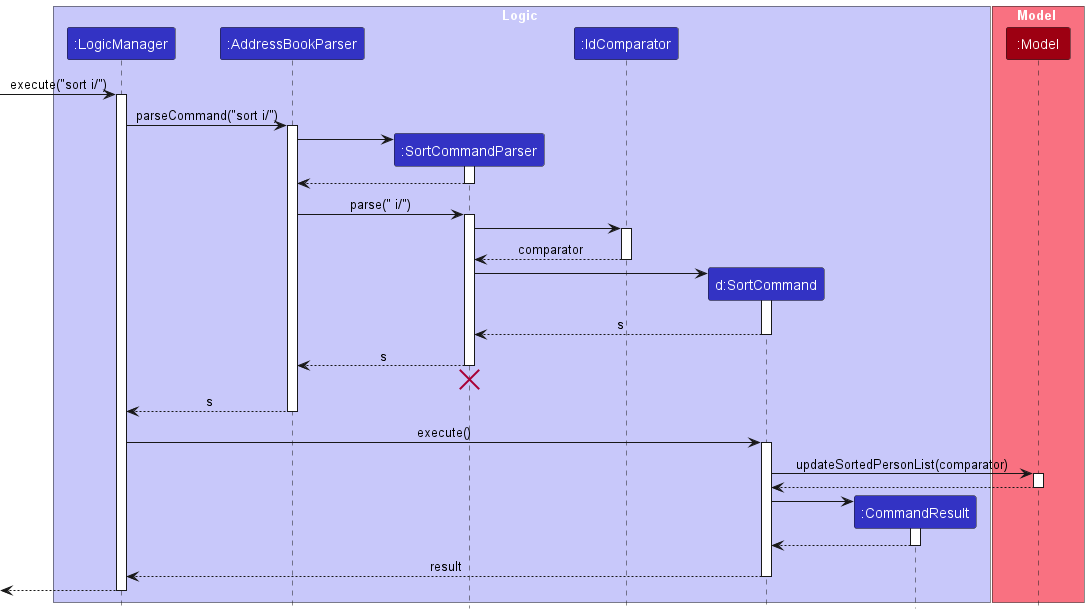
ricketytoc/tp keeps this PlantUML diagram as docs/images/SortSequenceDiagram.png. Above is the earlier version.
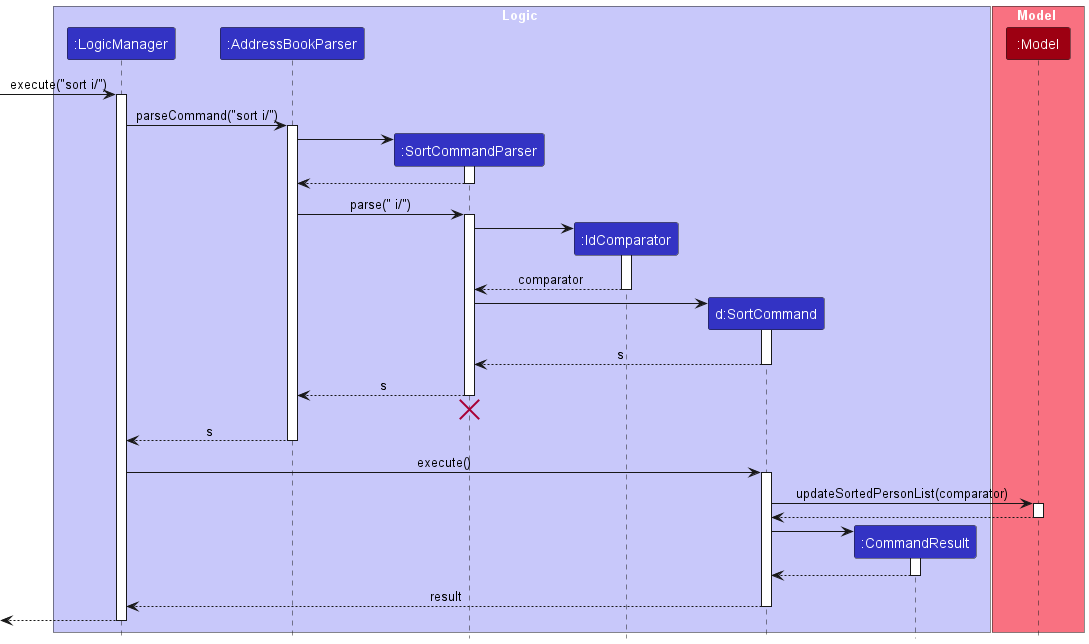
The same diagram one commit later.

Commit message:
Adjust IdComparator position

The edit, as a diff of the source:
```diff
@@ -31,6 +31,7 @@
 AddressBookParser -> SortCommandParser : parse(" i/")
 activate SortCommandParser
 
+Create IdComparator
 SortCommandParser -> IdComparator
 activate IdComparator
 
```
